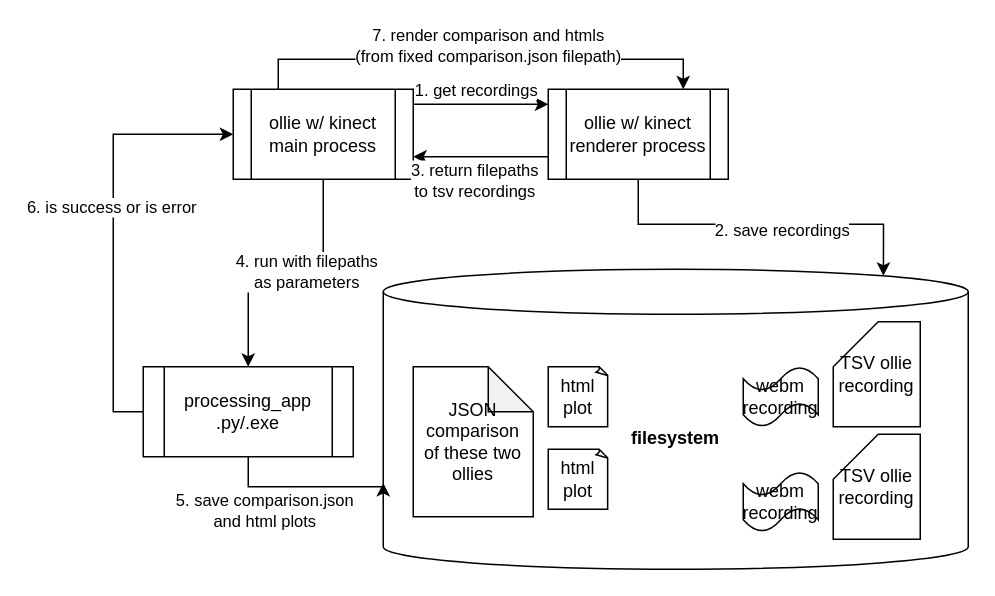
Before: docs/dataflow.drawio in mfrszpiotro/ollie_with_kinect, a draw.io diagram. Source tidied: cells renumbered, new cells numbered last; positions are measured from the earlier drawing's top-left corner, leaving out a move shared by most shapes. Both pictures are drawn from the tidied source at 150%, with x=0, y=0 at pixel (142, 58).
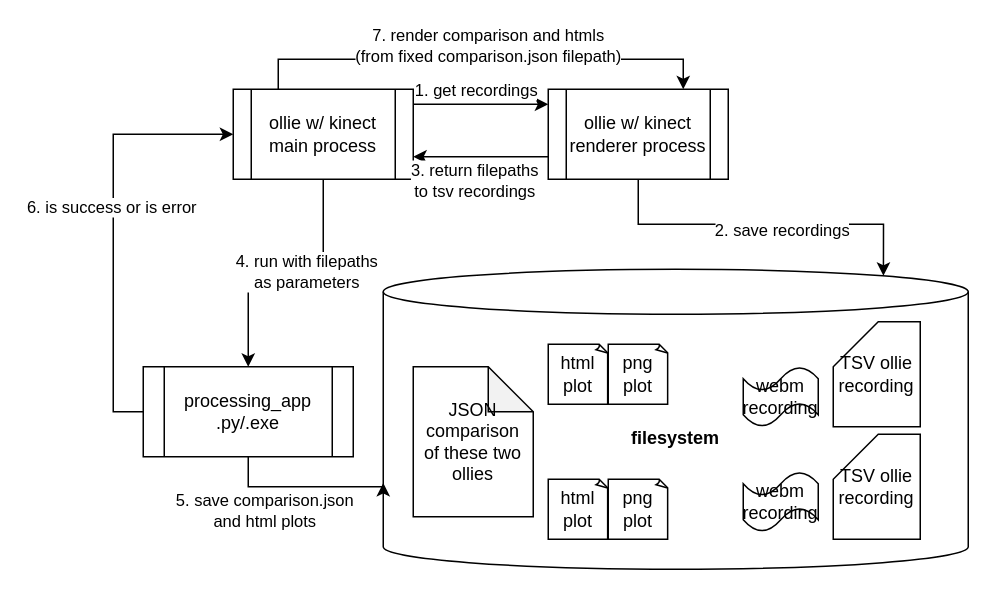
The same page after the edit.

Diff of the diagram source:
```diff
@@
-    <mxCell id="16" value="html plot" style="whiteSpace=wrap;html=1;shape=mxgraph.basic.document;" parent="1" vertex="1">
-      <mxGeometry x="270" y="205" width="40" height="40" as="geometry" />
+    <mxCell id="16" value="png plot" style="whiteSpace=wrap;html=1;shape=mxgraph.basic.document;" parent="1" vertex="1">
+      <mxGeometry x="310" y="280" width="40" height="40" as="geometry" />
     </mxCell>
     <mxCell id="17" value="html plot" style="whiteSpace=wrap;html=1;shape=mxgraph.basic.document;" parent="1" vertex="1">
-      <mxGeometry x="270" y="260" width="40" height="40" as="geometry" />
+      <mxGeometry x="270" y="280" width="40" height="40" as="geometry" />
     </mxCell>
@@
+    <mxCell id="27" value="html plot" style="whiteSpace=wrap;html=1;shape=mxgraph.basic.document;" parent="1" vertex="1">
+      <mxGeometry x="270" y="190" width="40" height="40" as="geometry" />
+    </mxCell>
+    <mxCell id="28" value="png plot" style="whiteSpace=wrap;html=1;shape=mxgraph.basic.document;" parent="1" vertex="1">
+      <mxGeometry x="310" y="190" width="40" height="40" as="geometry" />
+    </mxCell>
```
